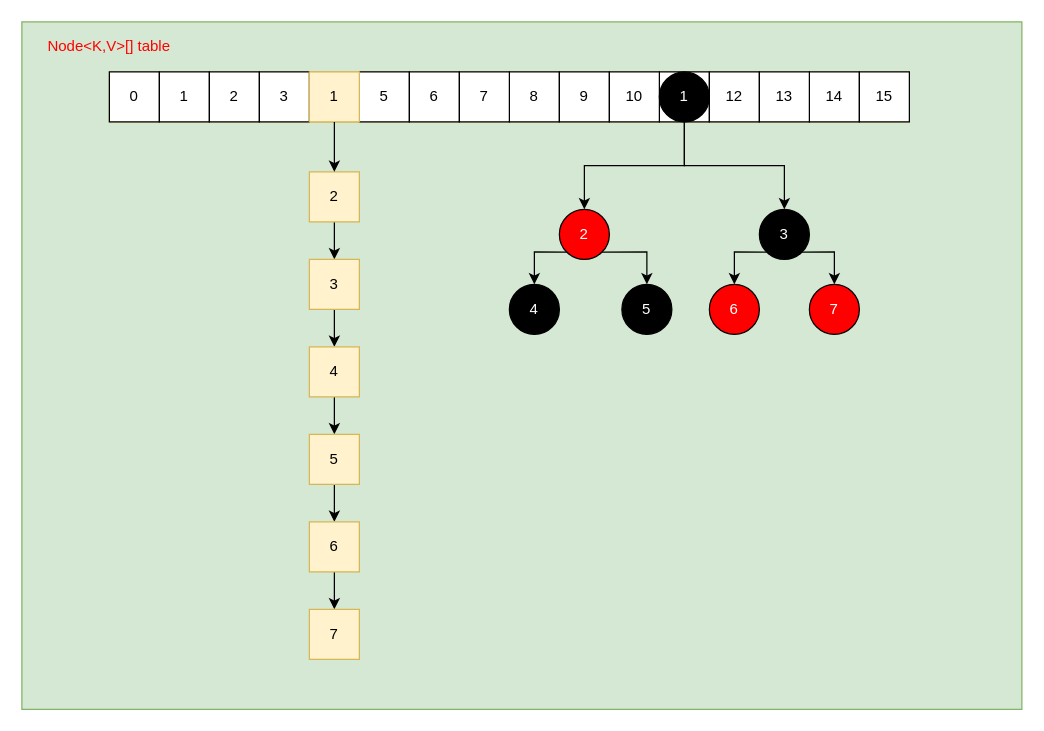
chaozhouzhang/learning-summary keeps this draw.io diagram as page "Page-1" (1 of 3) of HashMap.drawio. Above is the earlier version. Source tidied: cells renumbered, new cells numbered last; positions are measured from the earlier drawing's top-left corner, leaving out a move shared by most shapes. Both pictures are drawn from the tidied source at 125%, with x=0, y=0 at pixel (21, 21).
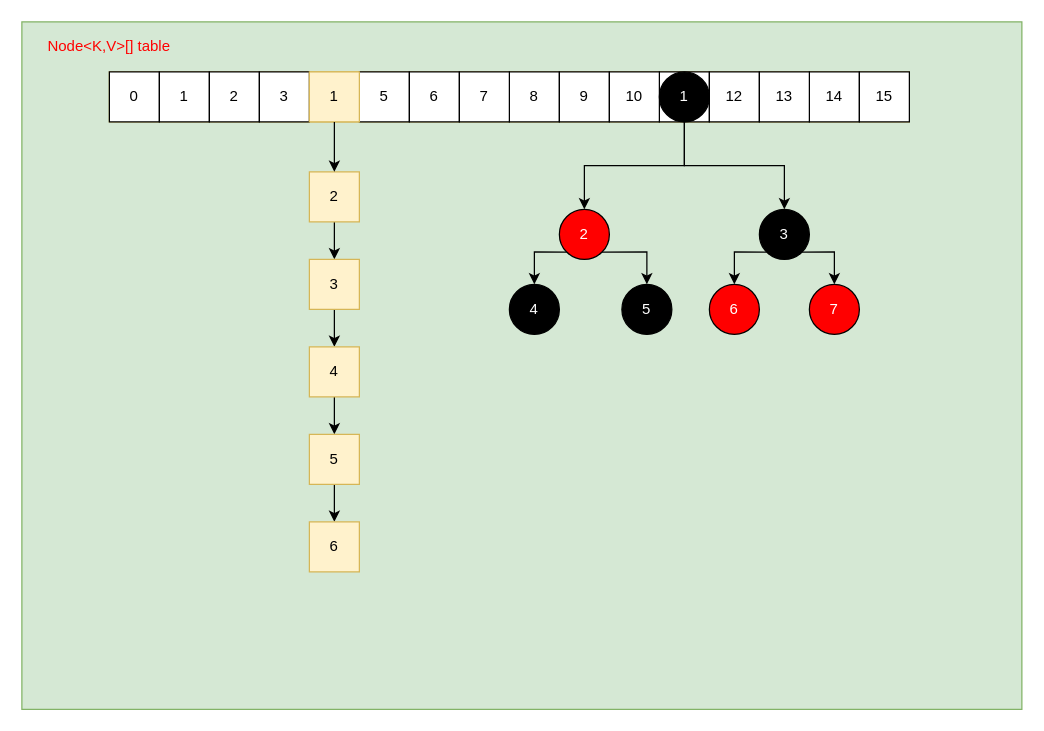
After the change.

Unchanged cells that the change refers to:
```xml
<mxCell id="31" value="6" style="whiteSpace=wrap;html=1;fillColor=#fff2cc;strokeColor=#d6b656;" parent="1" vertex="1">
  <mxGeometry x="230" y="400" width="40" height="40" as="geometry" />
</mxCell>
```

Diff of the diagram source:
```diff
@@
-    <mxCell id="30" style="edgeStyle=orthogonalEdgeStyle;rounded=0;jettySize=auto;html=1;fontColor=#000000;" parent="1" edge="1" source="31" target="32">
-      <mxGeometry relative="1" as="geometry" />
-    </mxCell>
@@
-    <mxCell id="32" value="7" style="whiteSpace=wrap;html=1;fillColor=#fff2cc;strokeColor=#d6b656;" parent="1" vertex="1">
-      <mxGeometry x="230" y="470" width="40" height="40" as="geometry" />
-    </mxCell>
```
